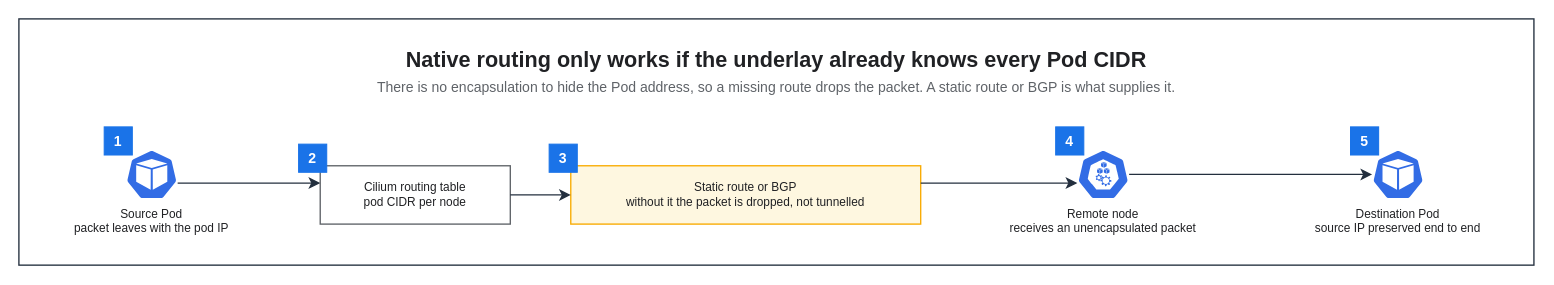
Before: assets/img/kubernetes/cilium-native-routing-flow.drawio in KKamJi98/kkamji98.github.io, a draw.io diagram. Source tidied: cells renumbered, new cells numbered last; positions are measured from the earlier drawing's top-left corner, leaving out a move shared by most shapes. Both pictures are drawn from the tidied source at 108%, with x=0, y=0 at pixel (18, 18).
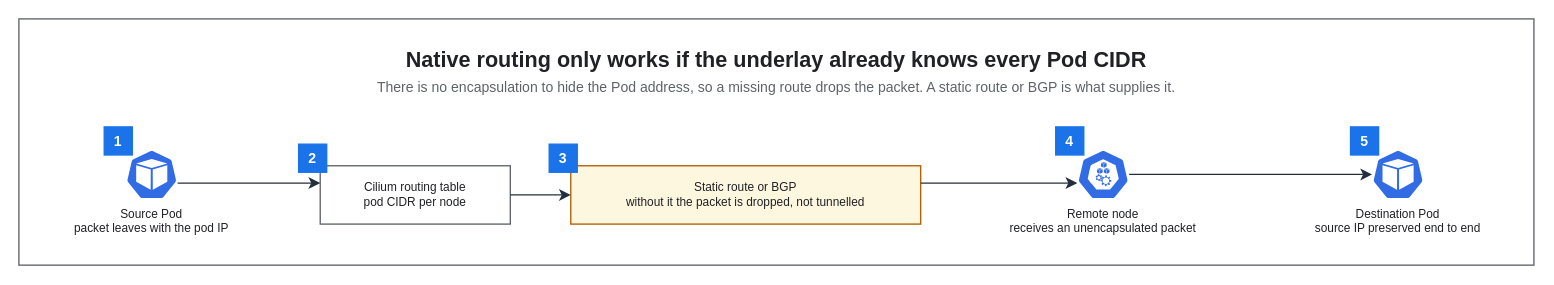
The same diagram, later.

What changed in the source:
```diff
@@
 <mxGraphModel background="#FFFFFF">
   <root>
     <mxCell id="0" />
     <mxCell id="1" parent="0" />
-    <mxCell id="2" style="rounded=0;html=0;fillColor=none;strokeColor=#232F3E;fontColor=#202124;strokeWidth=1.25;" parent="1" vertex="1">
+    <mxCell id="2" style="rounded=0;html=0;fillColor=none;strokeColor=#5F6368;fontColor=#202124;strokeWidth=1.25;" parent="1" vertex="1">
       <mxGeometry width="1402.8" height="228" as="geometry" />
     </mxCell>
     <mxCell id="3" value="Native routing only works if the underlay already knows every Pod CIDR" style="text;html=0;whiteSpace=wrap;fillColor=none;strokeColor=none;fontColor=#202124;fontSize=20;fontStyle=1;align=center;verticalAlign=middle;" parent="1" vertex="1">
       <mxGeometry x="22" y="22" width="1358.8" height="30" as="geometry" />
     </mxCell>
     <mxCell id="4" value="There is no encapsulation to hide the Pod address, so a missing route drops the packet. A static route or BGP is what supplies it." style="text;html=0;whiteSpace=wrap;fillColor=none;strokeColor=none;fontColor=#5F6368;fontSize=13;fontStyle=0;align=center;verticalAlign=middle;" parent="1" vertex="1">
       <mxGeometry x="22" y="52" width="1358.8" height="22" as="geometry" />
     </mxCell>
     <mxCell id="5" value="Source Pod&#10;packet leaves with the pod IP" style="sketch=0;outlineConnect=0;gradientColor=none;html=0;whiteSpace=nowrap;fontSize=11;fontStyle=0;fontColor=#202124;verticalLabelPosition=bottom;verticalAlign=top;align=center;labelBackgroundColor=none;fillColor=#326CE5;strokeColor=none;dashed=0;shape=mxgraph.kubernetes.icon;prIcon=pod;" parent="1" vertex="1">
       <mxGeometry x="99" y="120" width="48" height="48" as="geometry" />
     </mxCell>
     <mxCell id="6" value="Cilium routing table&#10;pod CIDR per node" style="rounded=0;whiteSpace=wrap;html=0;fillColor=#FFFFFF;strokeColor=#5F6368;fontColor=#202124;fontSize=11;fontStyle=0;align=center;verticalAlign=middle;spacingLeft=6;spacingRight=6;strokeWidth=1.25;" parent="1" vertex="1">
       <mxGeometry x="279" y="136" width="176" height="54" as="geometry" />
     </mxCell>
-    <mxCell id="7" value="Static route or BGP&#10;without it the packet is dropped, not tunnelled" style="rounded=0;whiteSpace=wrap;html=0;fillColor=#FEF7E0;strokeColor=#F9AB00;fontColor=#202124;fontSize=11;fontStyle=0;align=center;verticalAlign=middle;spacingLeft=6;spacingRight=6;strokeWidth=1.25;" parent="1" vertex="1">
+    <mxCell id="7" value="Static route or BGP&#10;without it the packet is dropped, not tunnelled" style="rounded=0;whiteSpace=wrap;html=0;fillColor=#FEF7E0;strokeColor=#B06000;fontColor=#202124;fontSize=11;fontStyle=0;align=center;verticalAlign=middle;spacingLeft=6;spacingRight=6;strokeWidth=1.25;" parent="1" vertex="1">
       <mxGeometry x="511" y="136" width="324" height="54" as="geometry" />
     </mxCell>
     <mxCell id="8" value="Remote node&#10;receives an unencapsulated packet" style="sketch=0;outlineConnect=0;gradientColor=none;html=0;whiteSpace=nowrap;fontSize=11;fontStyle=0;fontColor=#202124;verticalLabelPosition=bottom;verticalAlign=top;align=center;labelBackgroundColor=none;fillColor=#326CE5;strokeColor=none;dashed=0;shape=mxgraph.kubernetes.icon;prIcon=node;" parent="1" vertex="1">
       <mxGeometry x="980" y="120" width="48" height="48" as="geometry" />
     </mxCell>
     <mxCell id="9" value="Destination Pod&#10;source IP preserved end to end" style="sketch=0;outlineConnect=0;gradientColor=none;html=0;whiteSpace=nowrap;fontSize=11;fontStyle=0;fontColor=#202124;verticalLabelPosition=bottom;verticalAlign=top;align=center;labelBackgroundColor=none;fillColor=#326CE5;strokeColor=none;dashed=0;shape=mxgraph.kubernetes.icon;prIcon=pod;" parent="1" vertex="1">
       <mxGeometry x="1253" y="120" width="48" height="48" as="geometry" />
     </mxCell>
-    <mxCell id="10" value="1" style="rounded=0;whiteSpace=wrap;html=0;fillColor=#1A73E8;strokeColor=#1A73E8;fontColor=#FFFFFF;fontSize=13;fontStyle=1;align=center;verticalAlign=middle;" parent="1" vertex="1">
+    <mxCell id="10" value="1" style="rounded=0;whiteSpace=wrap;html=0;fillColor=#1A73E8;strokeColor=#1A73E8;fontColor=#FFFFFF;fontSize=13;fontStyle=1;align=center;verticalAlign=middle;strokeWidth=1.25;" parent="1" vertex="1">
       <mxGeometry x="79" y="100" width="26" height="26" as="geometry" />
     </mxCell>
-    <mxCell id="11" value="2" style="rounded=0;whiteSpace=wrap;html=0;fillColor=#1A73E8;strokeColor=#1A73E8;fontColor=#FFFFFF;fontSize=13;fontStyle=1;align=center;verticalAlign=middle;" parent="1" vertex="1">
+    <mxCell id="11" value="2" style="rounded=0;whiteSpace=wrap;html=0;fillColor=#1A73E8;strokeColor=#1A73E8;fontColor=#FFFFFF;fontSize=13;fontStyle=1;align=center;verticalAlign=middle;strokeWidth=1.25;" parent="1" vertex="1">
       <mxGeometry x="259" y="116" width="26" height="26" as="geometry" />
     </mxCell>
-    <mxCell id="12" value="3" style="rounded=0;whiteSpace=wrap;html=0;fillColor=#1A73E8;strokeColor=#1A73E8;fontColor=#FFFFFF;fontSize=13;fontStyle=1;align=center;verticalAlign=middle;" parent="1" vertex="1">
+    <mxCell id="12" value="3" style="rounded=0;whiteSpace=wrap;html=0;fillColor=#1A73E8;strokeColor=#1A73E8;fontColor=#FFFFFF;fontSize=13;fontStyle=1;align=center;verticalAlign=middle;strokeWidth=1.25;" parent="1" vertex="1">
       <mxGeometry x="491" y="116" width="26" height="26" as="geometry" />
     </mxCell>
-    <mxCell id="13" value="4" style="rounded=0;whiteSpace=wrap;html=0;fillColor=#1A73E8;strokeColor=#1A73E8;fontColor=#FFFFFF;fontSize=13;fontStyle=1;align=center;verticalAlign=middle;" parent="1" vertex="1">
+    <mxCell id="13" value="4" style="rounded=0;whiteSpace=wrap;html=0;fillColor=#1A73E8;strokeColor=#1A73E8;fontColor=#FFFFFF;fontSize=13;fontStyle=1;align=center;verticalAlign=middle;strokeWidth=1.25;" parent="1" vertex="1">
       <mxGeometry x="960" y="100" width="26" height="26" as="geometry" />
     </mxCell>
-    <mxCell id="14" value="5" style="rounded=0;whiteSpace=wrap;html=0;fillColor=#1A73E8;strokeColor=#1A73E8;fontColor=#FFFFFF;fontSize=13;fontStyle=1;align=center;verticalAlign=middle;" parent="1" vertex="1">
+    <mxCell id="14" value="5" style="rounded=0;whiteSpace=wrap;html=0;fillColor=#1A73E8;strokeColor=#1A73E8;fontColor=#FFFFFF;fontSize=13;fontStyle=1;align=center;verticalAlign=middle;strokeWidth=1.25;" parent="1" vertex="1">
       <mxGeometry x="1233" y="100" width="26" height="26" as="geometry" />
     </mxCell>
     <mxCell id="15" style="edgeStyle=orthogonalEdgeStyle;rounded=0;html=0;strokeColor=#232F3E;strokeWidth=1.25;endArrow=classic;endFill=1;endSize=7;fontSize=11;fontColor=#202124;labelBackgroundColor=none;jettySize=14;exitX=1;exitY=0.6667;entryX=0;entryY=0.2963;exitDx=0;exitDy=0;entryDx=0;entryDy=0;" parent="1" edge="1" source="5" target="6">
       <mxGeometry relative="1" as="geometry" />
     </mxCell>
     <mxCell id="16" style="edgeStyle=orthogonalEdgeStyle;rounded=0;html=0;strokeColor=#232F3E;strokeWidth=1.25;endArrow=classic;endFill=1;endSize=7;fontSize=11;fontColor=#202124;labelBackgroundColor=none;jettySize=14;exitX=1;exitY=0.5;entryX=0;entryY=0.5;exitDx=0;exitDy=0;entryDx=0;entryDy=0;" parent="1" edge="1" source="6" target="7">
       <mxGeometry relative="1" as="geometry" />
     </mxCell>
     <mxCell id="17" style="edgeStyle=orthogonalEdgeStyle;rounded=0;html=0;strokeColor=#232F3E;strokeWidth=1.25;endArrow=classic;endFill=1;endSize=7;fontSize=11;fontColor=#202124;labelBackgroundColor=none;jettySize=14;exitX=1;exitY=0.2963;entryX=0;entryY=0.6667;exitDx=0;exitDy=0;entryDx=0;entryDy=0;" parent="1" edge="1" source="7" target="8">
       <mxGeometry relative="1" as="geometry" />
     </mxCell>
     <mxCell id="18" style="edgeStyle=orthogonalEdgeStyle;rounded=0;html=0;strokeColor=#232F3E;strokeWidth=1.25;endArrow=classic;endFill=1;endSize=7;fontSize=11;fontColor=#202124;labelBackgroundColor=none;jettySize=14;exitX=1;exitY=0.5;entryX=0;entryY=0.5;exitDx=0;exitDy=0;entryDx=0;entryDy=0;" parent="1" edge="1" source="8" target="9">
       <mxGeometry relative="1" as="geometry" />
     </mxCell>
   </root>
 </mxGraphModel>
```
